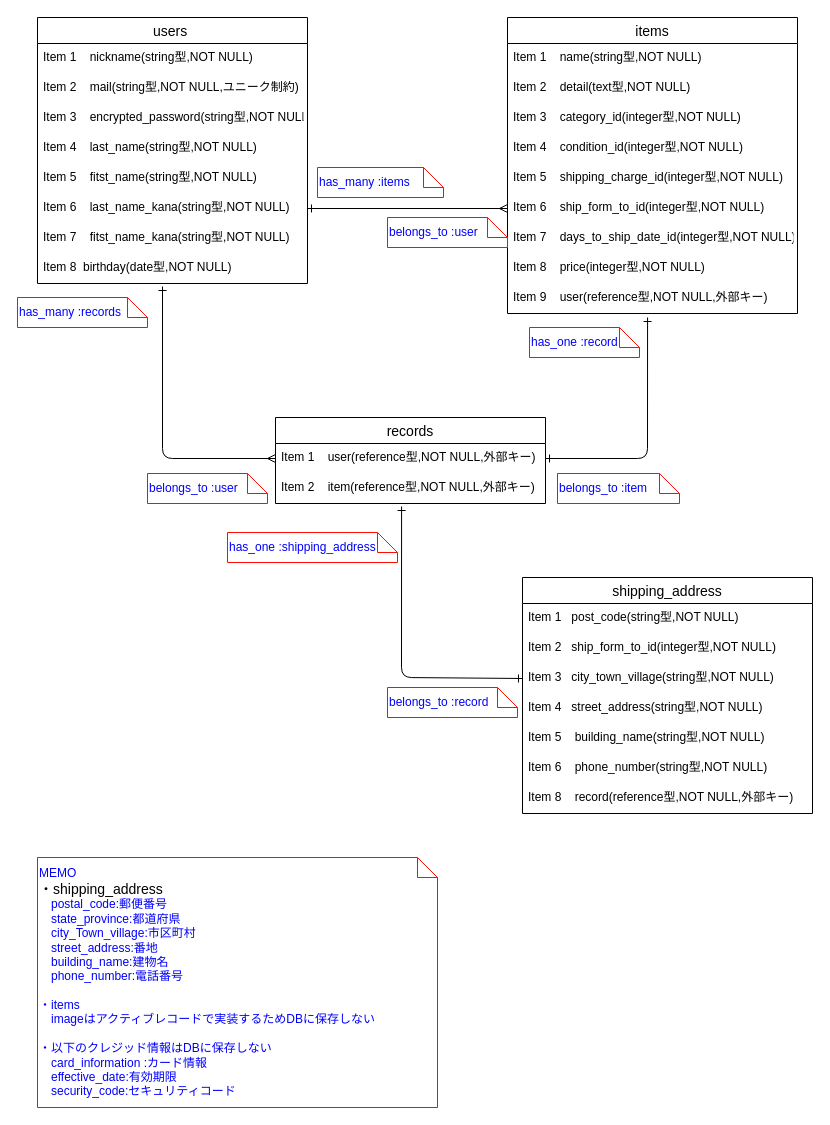
Earlier version of the draw.io diagram db/ER.dio (miracletea/furima-39667). Source tidied: cells renumbered, new cells numbered last; positions are measured from the earlier drawing's top-left corner, leaving out a move shared by most shapes. Both pictures are drawn from the tidied source at 100%, with x=0, y=0 at pixel (17, 17).
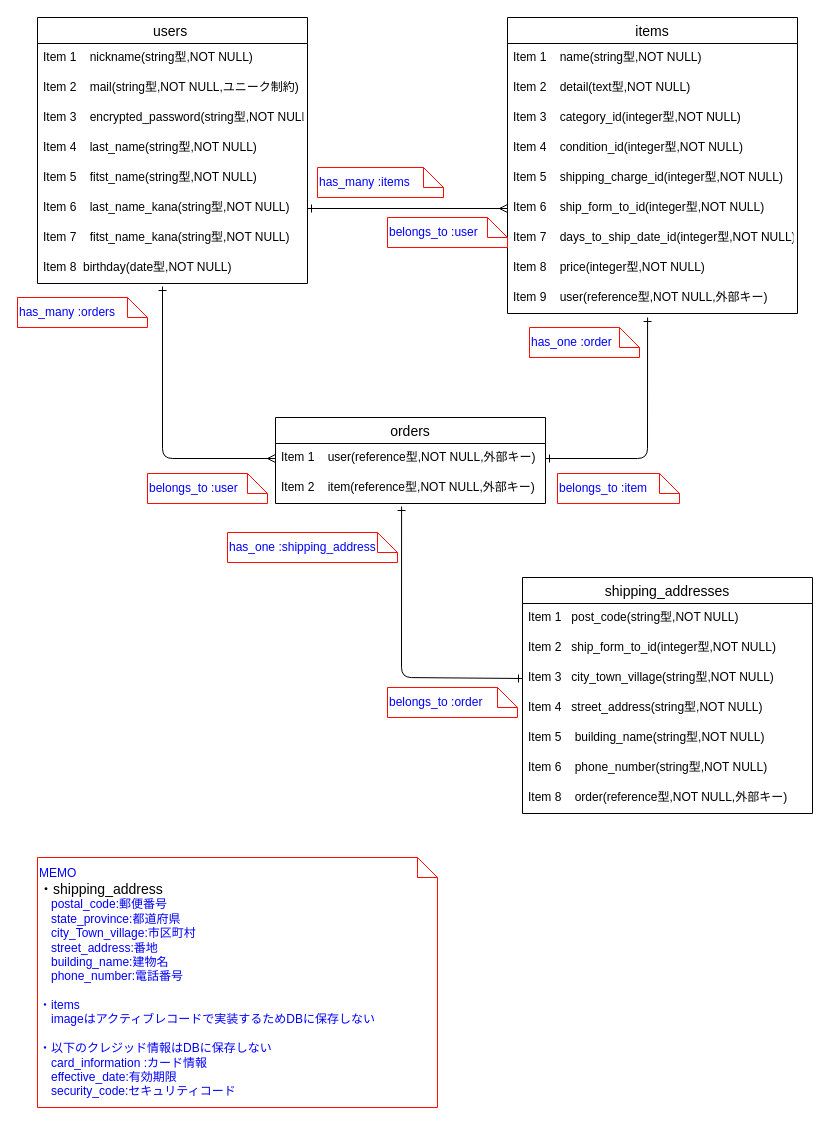
After the change.

Diff of the diagram source:
```diff
@@
-    <mxCell id="21" value="records" style="swimlane;fontStyle=0;horizontal=1;startSize=26;align=center;fontSize=14;" parent="1" vertex="1">
+    <mxCell id="21" value="orders" style="swimlane;fontStyle=0;horizontal=1;startSize=26;align=center;fontSize=14;" parent="1" vertex="1">
       <mxGeometry x="258" y="400" width="270" height="86" as="geometry" />
     </mxCell>
@@
-    <mxCell id="26" value="shipping_address" style="swimlane;fontStyle=0;horizontal=1;startSize=26;align=center;fontSize=14;" parent="1" vertex="1">
+    <mxCell id="26" value="shipping_addresses" style="swimlane;fontStyle=0;horizontal=1;startSize=26;align=center;fontSize=14;" parent="1" vertex="1">
       <mxGeometry x="505" y="560" width="290" height="236" as="geometry" />
     </mxCell>
@@
-    <mxCell id="33" value="Item 8    record(reference型,NOT NULL,外部キー)" style="text;strokeColor=none;fillColor=none;spacingLeft=4;spacingRight=4;overflow=hidden;fontSize=12;" parent="26" vertex="1">
+    <mxCell id="33" value="Item 8    order(reference型,NOT NULL,外部キー)" style="text;strokeColor=none;fillColor=none;spacingLeft=4;spacingRight=4;overflow=hidden;fontSize=12;" parent="26" vertex="1">
       <mxGeometry y="206" width="290" height="30" as="geometry" />
     </mxCell>
@@
-    <mxCell id="35" value="belongs_to :record" style="shape=note;size=20;whiteSpace=wrap;html=1;align=left;strokeColor=#FF0B03;fontColor=#0000FF;" parent="1" vertex="1">
+    <mxCell id="35" value="belongs_to :order" style="shape=note;size=20;whiteSpace=wrap;html=1;align=left;strokeColor=#FF0B03;fontColor=#0000FF;" parent="1" vertex="1">
       <mxGeometry x="370" y="670" width="130" height="30" as="geometry" />
     </mxCell>
@@
-    <mxCell id="37" value="has_many :records" style="shape=note;size=20;whiteSpace=wrap;html=1;align=left;strokeColor=#FF0B03;fontColor=#0000FF;" parent="1" vertex="1">
+    <mxCell id="37" value="has_many :orders" style="shape=note;size=20;whiteSpace=wrap;html=1;align=left;strokeColor=#FF0B03;fontColor=#0000FF;" parent="1" vertex="1">
       <mxGeometry y="280" width="130" height="30" as="geometry" />
     </mxCell>
-    <mxCell id="38" value="has_one :record" style="shape=note;size=20;whiteSpace=wrap;html=1;align=left;strokeColor=#FF0B03;fontColor=#0000FF;" parent="1" vertex="1">
+    <mxCell id="38" value="has_one :order" style="shape=note;size=20;whiteSpace=wrap;html=1;align=left;strokeColor=#FF0B03;fontColor=#0000FF;" parent="1" vertex="1">
       <mxGeometry x="512" y="310" width="110" height="30" as="geometry" />
     </mxCell>
```
